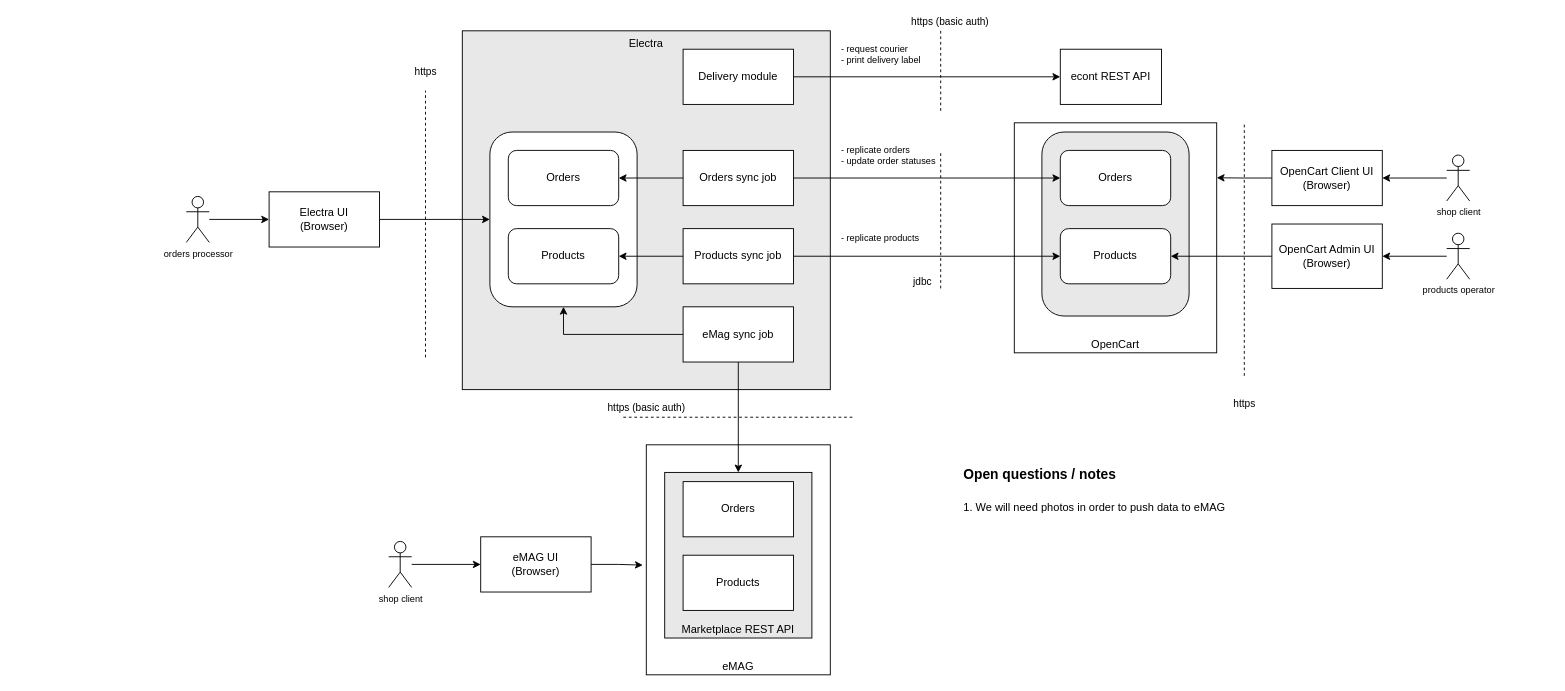
Earlier version of the draw.io diagram misc/design/electra.drawio (codbex/codbex-electra). Source tidied: cells renumbered, new cells numbered last; positions are measured from the earlier drawing's top-left corner, leaving out a move shared by most shapes. Both pictures are drawn from the tidied source at 92%, with x=0, y=0 at pixel (186, 30).
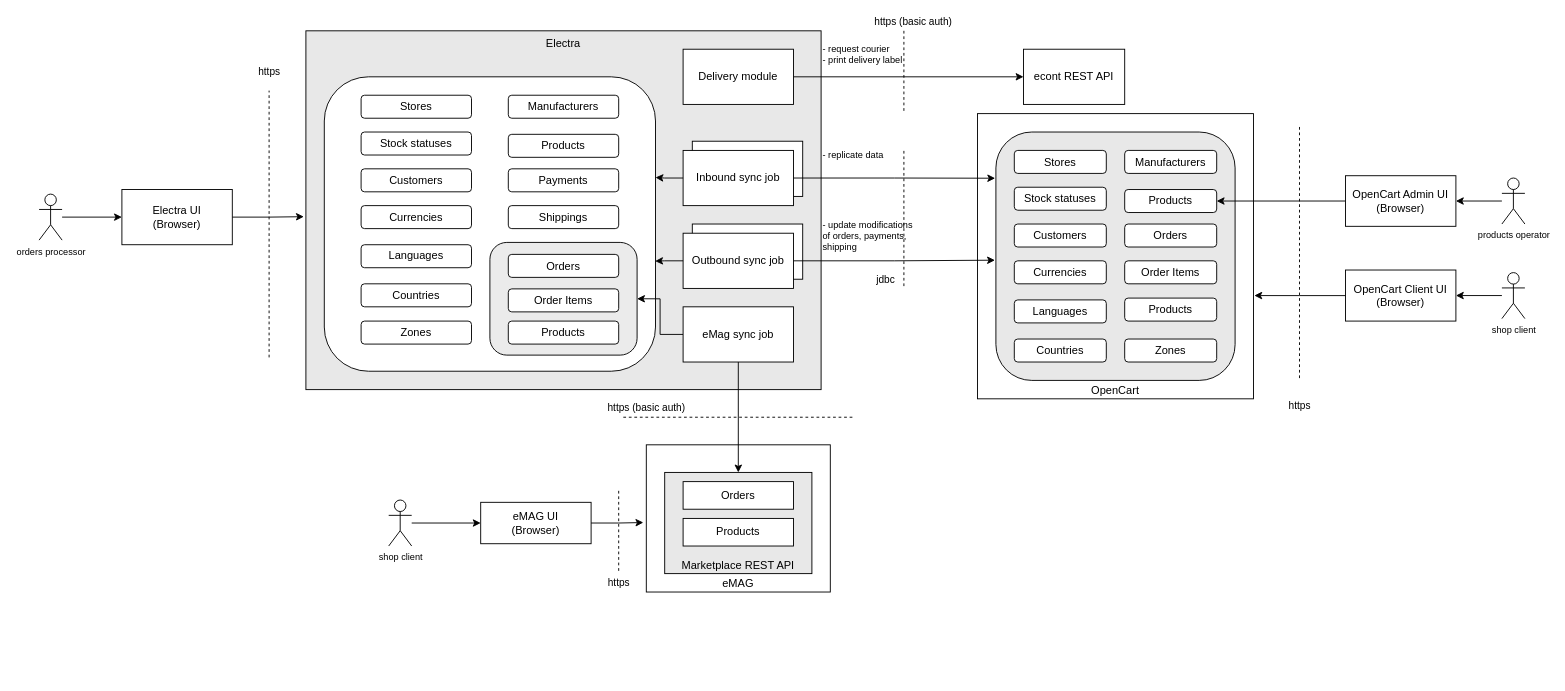
The same page after the edit.

Unchanged cells that the change refers to:
```xml
<mxCell id="27" value="eMag sync job" style="rounded=0;whiteSpace=wrap;html=1;" parent="1" vertex="1">
  <mxGeometry x="540" y="300" width="120" height="60" as="geometry" />
</mxCell>
```

Diff of the diagram source:
```diff
@@
+    <mxCell id="6" value="Electra" style="rounded=0;whiteSpace=wrap;html=1;verticalAlign=top;labelBackgroundColor=none;fillColor=#E8E8E8;strokeColor=default;gradientColor=none;" parent="1" vertex="1">
+      <mxGeometry x="130" width="560" height="390" as="geometry" />
+    </mxCell>
+    <mxCell id="51" style="rounded=1;whiteSpace=wrap;html=1;verticalAlign=top;fillColor=default;" parent="1" vertex="1">
+      <mxGeometry x="150" y="50" width="360" height="320" as="geometry" />
+    </mxCell>
+    <mxCell id="52" style="rounded=0;whiteSpace=wrap;html=1;" parent="1" vertex="1">
+      <mxGeometry x="550" y="210" width="120" height="60" as="geometry" />
+    </mxCell>
+    <mxCell id="53" style="rounded=0;whiteSpace=wrap;html=1;" parent="1" vertex="1">
+      <mxGeometry x="550" y="120" width="120" height="60" as="geometry" />
+    </mxCell>
     <mxCell id="2" value="eMAG" style="rounded=0;whiteSpace=wrap;html=1;verticalAlign=bottom;" parent="1" vertex="1">
-      <mxGeometry x="500" y="450" width="200" height="250" as="geometry" />
+      <mxGeometry x="500" y="450" width="200" height="160" as="geometry" />
     </mxCell>
     <mxCell id="3" value="Marketplace REST API" style="rounded=0;whiteSpace=wrap;html=1;verticalAlign=bottom;fillColor=#E8E8E8;" parent="1" vertex="1">
-      <mxGeometry x="520" y="480" width="160" height="180" as="geometry" />
+      <mxGeometry x="520" y="480" width="160" height="110" as="geometry" />
     </mxCell>
     <mxCell id="4" value="Orders" style="rounded=0;whiteSpace=wrap;html=1;" parent="1" vertex="1">
-      <mxGeometry x="540" y="490" width="120" height="60" as="geometry" />
+      <mxGeometry x="540" y="490" width="120" height="30" as="geometry" />
     </mxCell>
     <mxCell id="5" value="Products" style="rounded=0;whiteSpace=wrap;html=1;" parent="1" vertex="1">
-      <mxGeometry x="540" y="570" width="120" height="60" as="geometry" />
+      <mxGeometry x="540" y="530" width="120" height="30" as="geometry" />
     </mxCell>
-    <mxCell id="6" value="Electra" style="rounded=0;whiteSpace=wrap;html=1;verticalAlign=top;labelBackgroundColor=none;fillColor=#E8E8E8;strokeColor=default;gradientColor=none;" parent="1" vertex="1">
-      <mxGeometry x="300" width="400" height="390" as="geometry" />
-    </mxCell>
-    <mxCell id="7" style="rounded=1;whiteSpace=wrap;html=1;verticalAlign=top;fillColor=default;" parent="1" vertex="1">
-      <mxGeometry x="330" y="110" width="160" height="190" as="geometry" />
+    <mxCell id="7" style="rounded=1;whiteSpace=wrap;html=1;verticalAlign=top;fillColor=#EBEBEB;gradientColor=none;" parent="1" vertex="1">
+      <mxGeometry x="330" y="230" width="160" height="122.5" as="geometry" />
     </mxCell>
-    <mxCell id="8" value="Products" style="rounded=1;whiteSpace=wrap;html=1;" parent="1" vertex="1">
-      <mxGeometry x="350" y="215" width="120" height="60" as="geometry" />
-    </mxCell>
-    <mxCell id="9" value="Orders" style="rounded=1;whiteSpace=wrap;html=1;" parent="1" vertex="1">
-      <mxGeometry x="350" y="130" width="120" height="60" as="geometry" />
-    </mxCell>
     <mxCell id="10" value="OpenCart" style="rounded=0;whiteSpace=wrap;html=1;verticalAlign=bottom;" parent="1" vertex="1">
-      <mxGeometry x="900" y="100" width="220" height="250" as="geometry" />
+      <mxGeometry x="860" y="90" width="300" height="310" as="geometry" />
     </mxCell>
-    <mxCell id="11" style="rounded=1;whiteSpace=wrap;html=1;verticalAlign=bottom;fillColor=#E8E8E8;" parent="1" vertex="1">
-      <mxGeometry x="930" y="110" width="160" height="200" as="geometry" />
-    </mxCell>
-    <mxCell id="12" value="Products" style="rounded=1;whiteSpace=wrap;html=1;" parent="1" vertex="1">
-      <mxGeometry x="950" y="215" width="120" height="60" as="geometry" />
-    </mxCell>
-    <mxCell id="13" value="Orders" style="rounded=1;whiteSpace=wrap;html=1;" parent="1" vertex="1">
-      <mxGeometry x="950" y="130" width="120" height="60" as="geometry" />
-    </mxCell>
-    <mxCell id="14" value="OpenCart Client UI&lt;br&gt;(Browser)" style="rounded=0;whiteSpace=wrap;html=1;" parent="1" vertex="1">
-      <mxGeometry x="1180" y="130" width="120" height="60" as="geometry" />
-    </mxCell>
@@
     <mxCell id="16" value="products operator" style="shape=umlActor;verticalLabelPosition=bottom;verticalAlign=top;html=1;outlineConnect=0;fontSize=10;" parent="1" vertex="1">
-      <mxGeometry x="1370" y="220" width="25" height="50" as="geometry" />
+      <mxGeometry x="1430" y="160" width="25" height="50" as="geometry" />
     </mxCell>
-    <mxCell id="17" style="edgeStyle=orthogonalEdgeStyle;rounded=0;jettySize=auto;html=1;entryX=1;entryY=0.5;entryDx=0;entryDy=0;" parent="1" edge="1" source="18" target="12">
-      <mxGeometry relative="1" as="geometry" />
-    </mxCell>
-    <mxCell id="18" value="OpenCart Admin UI&lt;br&gt;(Browser)" style="rounded=0;whiteSpace=wrap;html=1;" parent="1" vertex="1">
-      <mxGeometry x="1180" y="210" width="120" height="70" as="geometry" />
-    </mxCell>
-    <mxCell id="19" style="edgeStyle=orthogonalEdgeStyle;rounded=0;jettySize=auto;html=1;entryX=1;entryY=0.5;entryDx=0;entryDy=0;" parent="1" edge="1" source="21" target="8">
-      <mxGeometry relative="1" as="geometry" />
-    </mxCell>
-    <mxCell id="20" style="edgeStyle=orthogonalEdgeStyle;rounded=0;jettySize=auto;html=1;entryX=0;entryY=0.5;entryDx=0;entryDy=0;" parent="1" edge="1" source="21" target="12">
+    <mxCell id="20" style="edgeStyle=orthogonalEdgeStyle;rounded=0;jettySize=auto;html=1;entryX=-0.004;entryY=0.516;entryDx=0;entryDy=0;entryPerimeter=0;" parent="1" edge="1" source="21" target="71">
       <mxGeometry relative="1" as="geometry" />
     </mxCell>
-    <mxCell id="21" value="Products sync job" style="rounded=0;whiteSpace=wrap;html=1;" parent="1" vertex="1">
-      <mxGeometry x="540" y="215" width="120" height="60" as="geometry" />
+    <mxCell id="21" value="Outbound sync job" style="rounded=0;whiteSpace=wrap;html=1;" parent="1" vertex="1">
+      <mxGeometry x="540" y="220" width="120" height="60" as="geometry" />
     </mxCell>
-    <mxCell id="22" style="edgeStyle=orthogonalEdgeStyle;rounded=0;jettySize=auto;html=1;entryX=0;entryY=0.5;entryDx=0;entryDy=0;" parent="1" edge="1" source="24" target="13">
+    <mxCell id="22" style="edgeStyle=orthogonalEdgeStyle;rounded=0;jettySize=auto;html=1;entryX=-0.003;entryY=0.186;entryDx=0;entryDy=0;entryPerimeter=0;" parent="1" edge="1" source="24" target="71">
       <mxGeometry x="0.09" y="20" relative="1" as="geometry" />
     </mxCell>
-    <mxCell id="23" style="edgeStyle=orthogonalEdgeStyle;rounded=0;jettySize=auto;html=1;entryX=1;entryY=0.5;entryDx=0;entryDy=0;" parent="1" edge="1" source="24" target="9">
-      <mxGeometry relative="1" as="geometry" />
-    </mxCell>
-    <mxCell id="24" value="Orders sync job" style="rounded=0;whiteSpace=wrap;html=1;" parent="1" vertex="1">
+    <mxCell id="24" value="Inbound sync job" style="rounded=0;whiteSpace=wrap;html=1;" parent="1" vertex="1">
       <mxGeometry x="540" y="130" width="120" height="60" as="geometry" />
     </mxCell>
@@
-    <mxCell id="26" style="edgeStyle=orthogonalEdgeStyle;rounded=0;jettySize=auto;html=1;entryX=0.5;entryY=1;entryDx=0;entryDy=0;" parent="1" edge="1" source="27" target="7">
+    <mxCell id="26" style="edgeStyle=orthogonalEdgeStyle;rounded=0;jettySize=auto;html=1;entryX=1;entryY=0.5;entryDx=0;entryDy=0;" parent="1" edge="1" source="27" target="7">
       <mxGeometry relative="1" as="geometry" />
     </mxCell>
@@
-    <mxCell id="28" style="edgeStyle=orthogonalEdgeStyle;rounded=0;jettySize=auto;html=1;entryX=0;entryY=0.5;entryDx=0;entryDy=0;" parent="1" edge="1" source="29" target="7">
-      <mxGeometry relative="1" as="geometry" />
-    </mxCell>
     <mxCell id="29" value="Electra UI&lt;br&gt;(Browser)" style="rounded=0;whiteSpace=wrap;html=1;" parent="1" vertex="1">
-      <mxGeometry x="90" y="175" width="120" height="60" as="geometry" />
+      <mxGeometry x="-70" y="172.5" width="120" height="60" as="geometry" />
     </mxCell>
     <mxCell id="30" value="https" style="endArrow=none;dashed=1;html=1;rounded=0;verticalAlign=middle;" parent="1" edge="1">
       <mxGeometry x="1" y="20" relative="1" as="geometry">
-        <mxPoint x="260" y="355" as="sourcePoint" />
-        <mxPoint x="260" y="65" as="targetPoint" />
+        <mxPoint x="90" y="355" as="sourcePoint" />
+        <mxPoint x="90" y="65" as="targetPoint" />
         <mxPoint x="20" y="-20" as="offset" />
       </mxGeometry>
     </mxCell>
     <mxCell id="31" value="https" style="endArrow=none;dashed=1;html=1;rounded=0;verticalAlign=middle;" parent="1" edge="1">
       <mxGeometry x="-1" y="-30" relative="1" as="geometry">
-        <mxPoint x="1150" y="375" as="sourcePoint" />
-        <mxPoint x="1150" y="100" as="targetPoint" />
+        <mxPoint x="1210" y="377.5" as="sourcePoint" />
+        <mxPoint x="1210" y="102.5" as="targetPoint" />
         <mxPoint x="-30" y="30" as="offset" />
       </mxGeometry>
     </mxCell>
     <mxCell id="32" value="jdbc" style="endArrow=none;dashed=1;html=1;rounded=0;verticalAlign=middle;" parent="1" edge="1">
       <mxGeometry x="-0.91" y="20" relative="1" as="geometry">
-        <mxPoint x="820" y="280" as="sourcePoint" />
-        <mxPoint x="820" y="130" as="targetPoint" />
+        <mxPoint x="780" y="277.5" as="sourcePoint" />
+        <mxPoint x="780" y="127.5" as="targetPoint" />
       </mxGeometry>
     </mxCell>
@@
-    <mxCell id="34" value="&lt;h1&gt;&lt;font style=&quot;font-size: 15px;&quot;&gt;Open questions / notes&lt;/font&gt;&lt;/h1&gt;&lt;p&gt;1. We will need photos in order to push data to eMAG&lt;/p&gt;&lt;p&gt;&lt;br&gt;&lt;/p&gt;" style="text;html=1;strokeColor=none;fillColor=none;spacing=5;spacingTop=-20;whiteSpace=wrap;overflow=hidden;rounded=0;" parent="1" vertex="1">
-      <mxGeometry x="840" y="460" width="320" height="120" as="geometry" />
-    </mxCell>
-    <mxCell id="35" value="- replicate orders&lt;br style=&quot;font-size: 10px;&quot;&gt;&lt;div style=&quot;font-size: 10px;&quot;&gt;&lt;span style=&quot;background-color: initial; font-size: 10px;&quot;&gt;- update order statuses&lt;/span&gt;&lt;/div&gt;" style="text;html=1;strokeColor=none;fillColor=none;align=left;verticalAlign=middle;whiteSpace=wrap;rounded=0;fontSize=10;" parent="1" vertex="1">
-      <mxGeometry x="710" y="120" width="130" height="30" as="geometry" />
+    <mxCell id="35" value="- replicate data" style="text;html=1;strokeColor=none;fillColor=none;align=left;verticalAlign=middle;whiteSpace=wrap;rounded=0;fontSize=10;" parent="1" vertex="1">
+      <mxGeometry x="690" y="120" width="130" height="30" as="geometry" />
     </mxCell>
-    <mxCell id="36" value="- replicate products" style="text;html=1;strokeColor=none;fillColor=none;align=left;verticalAlign=middle;whiteSpace=wrap;rounded=0;fontSize=10;" parent="1" vertex="1">
-      <mxGeometry x="710" y="210" width="100" height="30" as="geometry" />
+    <mxCell id="36" value="- update modifications of orders, payments, shipping" style="text;html=1;strokeColor=none;fillColor=none;align=left;verticalAlign=middle;whiteSpace=wrap;rounded=0;fontSize=10;" parent="1" vertex="1">
+      <mxGeometry x="690" y="187.5" width="110" height="70" as="geometry" />
     </mxCell>
     <mxCell id="37" value="eMAG UI&lt;br&gt;(Browser)" style="rounded=0;whiteSpace=wrap;html=1;" parent="1" vertex="1">
-      <mxGeometry x="320" y="550" width="120" height="60" as="geometry" />
+      <mxGeometry x="320" y="512.5" width="120" height="45" as="geometry" />
     </mxCell>
-    <mxCell id="38" style="edgeStyle=orthogonalEdgeStyle;rounded=0;jettySize=auto;html=1;entryX=-0.019;entryY=0.523;entryDx=0;entryDy=0;entryPerimeter=0;" parent="1" edge="1" source="37" target="2">
-      <mxGeometry relative="1" as="geometry" />
-    </mxCell>
     <mxCell id="39" value="econt REST API" style="rounded=0;whiteSpace=wrap;html=1;" parent="1" vertex="1">
-      <mxGeometry x="950" y="20" width="110" height="60" as="geometry" />
+      <mxGeometry x="910" y="20" width="110" height="60" as="geometry" />
     </mxCell>
@@
     <mxCell id="41" value="https (basic auth)" style="endArrow=none;dashed=1;html=1;rounded=0;verticalAlign=middle;" parent="1" edge="1">
       <mxGeometry x="-1" y="14" relative="1" as="geometry">
-        <mxPoint x="820" as="sourcePoint" />
-        <mxPoint x="820" y="90" as="targetPoint" />
+        <mxPoint x="780" as="sourcePoint" />
+        <mxPoint x="780" y="90" as="targetPoint" />
         <mxPoint x="-4" y="-10" as="offset" />
       </mxGeometry>
     </mxCell>
-    <mxCell id="42" style="edgeStyle=orthogonalEdgeStyle;rounded=0;jettySize=auto;html=1;entryX=1;entryY=0.239;entryDx=0;entryDy=0;entryPerimeter=0;" parent="1" edge="1" source="14" target="10">
-      <mxGeometry relative="1" as="geometry" />
-    </mxCell>
@@
     <mxCell id="44" value="- request courier&lt;br&gt;- print delivery label" style="text;html=1;strokeColor=none;fillColor=none;align=left;verticalAlign=middle;whiteSpace=wrap;rounded=0;fontSize=10;" parent="1" vertex="1">
-      <mxGeometry x="710" y="10" width="130" height="30" as="geometry" />
+      <mxGeometry x="690" y="10" width="130" height="30" as="geometry" />
     </mxCell>
-    <mxCell id="45" style="edgeStyle=orthogonalEdgeStyle;rounded=0;jettySize=auto;html=1;entryX=1;entryY=0.5;entryDx=0;entryDy=0;" parent="1" edge="1" source="46" target="14">
-      <mxGeometry relative="1" as="geometry" />
-    </mxCell>
-    <mxCell id="46" value="shop client" style="shape=umlActor;verticalLabelPosition=bottom;verticalAlign=top;html=1;outlineConnect=0;fontSize=10;" parent="1" vertex="1">
-      <mxGeometry x="1370" y="135" width="25" height="50" as="geometry" />
-    </mxCell>
@@
     <mxCell id="48" value="shop client" style="shape=umlActor;verticalLabelPosition=bottom;verticalAlign=top;html=1;outlineConnect=0;fontSize=10;" parent="1" vertex="1">
-      <mxGeometry x="220" y="555" width="25" height="50" as="geometry" />
+      <mxGeometry x="220" y="510" width="25" height="50" as="geometry" />
     </mxCell>
@@
     <mxCell id="50" value="orders processor" style="shape=umlActor;verticalLabelPosition=bottom;verticalAlign=top;html=1;outlineConnect=0;fontSize=10;" parent="1" vertex="1">
-      <mxGeometry y="180" width="25" height="50" as="geometry" />
+      <mxGeometry x="-160" y="177.5" width="25" height="50" as="geometry" />
     </mxCell>
+    <mxCell id="54" value="Products" style="rounded=1;whiteSpace=wrap;html=1;" parent="1" vertex="1">
+      <mxGeometry x="350" y="112.5" width="120" height="25" as="geometry" />
+    </mxCell>
+    <mxCell id="55" value="Manufacturers" style="rounded=1;whiteSpace=wrap;html=1;" parent="1" vertex="1">
+      <mxGeometry x="350" y="70" width="120" height="25" as="geometry" />
+    </mxCell>
+    <mxCell id="56" value="Payments" style="rounded=1;whiteSpace=wrap;html=1;" parent="1" vertex="1">
+      <mxGeometry x="350" y="150" width="120" height="25" as="geometry" />
+    </mxCell>
+    <mxCell id="57" value="Shippings" style="rounded=1;whiteSpace=wrap;html=1;" parent="1" vertex="1">
+      <mxGeometry x="350" y="190" width="120" height="25" as="geometry" />
+    </mxCell>
+    <mxCell id="58" value="Customers" style="rounded=1;whiteSpace=wrap;html=1;" parent="1" vertex="1">
+      <mxGeometry x="190" y="150" width="120" height="25" as="geometry" />
+    </mxCell>
+    <mxCell id="59" value="Currencies" style="rounded=1;whiteSpace=wrap;html=1;" parent="1" vertex="1">
+      <mxGeometry x="190" y="190" width="120" height="25" as="geometry" />
+    </mxCell>
+    <mxCell id="60" value="Languages" style="rounded=1;whiteSpace=wrap;html=1;" parent="1" vertex="1">
+      <mxGeometry x="190" y="232.5" width="120" height="25" as="geometry" />
+    </mxCell>
+    <mxCell id="61" value="Countries" style="rounded=1;whiteSpace=wrap;html=1;" parent="1" vertex="1">
+      <mxGeometry x="190" y="275" width="120" height="25" as="geometry" />
+    </mxCell>
+    <mxCell id="62" value="Stock statuses" style="rounded=1;whiteSpace=wrap;html=1;" parent="1" vertex="1">
+      <mxGeometry x="190" y="110" width="120" height="25" as="geometry" />
+    </mxCell>
+    <mxCell id="63" value="Stores" style="rounded=1;whiteSpace=wrap;html=1;" parent="1" vertex="1">
+      <mxGeometry x="190" y="70" width="120" height="25" as="geometry" />
+    </mxCell>
+    <mxCell id="64" value="Zones" style="rounded=1;whiteSpace=wrap;html=1;" parent="1" vertex="1">
+      <mxGeometry x="190" y="315.5" width="120" height="25" as="geometry" />
+    </mxCell>
+    <mxCell id="65" value="Orders" style="rounded=1;whiteSpace=wrap;html=1;" parent="1" vertex="1">
+      <mxGeometry x="350" y="243" width="120" height="25" as="geometry" />
+    </mxCell>
+    <mxCell id="66" value="Products" style="rounded=1;whiteSpace=wrap;html=1;" parent="1" vertex="1">
+      <mxGeometry x="350" y="315.5" width="120" height="25" as="geometry" />
+    </mxCell>
+    <mxCell id="67" value="Order Items" style="rounded=1;whiteSpace=wrap;html=1;" parent="1" vertex="1">
+      <mxGeometry x="350" y="280.5" width="120" height="25" as="geometry" />
+    </mxCell>
+    <mxCell id="68" style="edgeStyle=orthogonalEdgeStyle;rounded=0;jettySize=auto;html=1;entryX=0.999;entryY=0.626;entryDx=0;entryDy=0;entryPerimeter=0;" parent="1" edge="1" source="21" target="51">
+      <mxGeometry relative="1" as="geometry" />
+    </mxCell>
+    <mxCell id="69" style="edgeStyle=orthogonalEdgeStyle;rounded=0;jettySize=auto;html=1;entryX=-0.004;entryY=0.518;entryDx=0;entryDy=0;entryPerimeter=0;" parent="1" edge="1" source="29" target="6">
+      <mxGeometry relative="1" as="geometry" />
+    </mxCell>
+    <mxCell id="70" style="edgeStyle=orthogonalEdgeStyle;rounded=0;jettySize=auto;html=1;entryX=1;entryY=0.342;entryDx=0;entryDy=0;entryPerimeter=0;" parent="1" edge="1" source="24" target="51">
+      <mxGeometry relative="1" as="geometry" />
+    </mxCell>
+    <mxCell id="71" style="rounded=1;whiteSpace=wrap;html=1;verticalAlign=top;fillColor=#E8E8E8;" parent="1" vertex="1">
+      <mxGeometry x="880" y="110" width="260" height="270" as="geometry" />
+    </mxCell>
+    <mxCell id="72" value="Products" style="rounded=1;whiteSpace=wrap;html=1;" parent="1" vertex="1">
+      <mxGeometry x="1020" y="172.5" width="100" height="25" as="geometry" />
+    </mxCell>
+    <mxCell id="73" value="Manufacturers" style="rounded=1;whiteSpace=wrap;html=1;" parent="1" vertex="1">
+      <mxGeometry x="1020" y="130" width="100" height="25" as="geometry" />
+    </mxCell>
+    <mxCell id="74" value="Customers" style="rounded=1;whiteSpace=wrap;html=1;" parent="1" vertex="1">
+      <mxGeometry x="900" y="210" width="100" height="25" as="geometry" />
+    </mxCell>
+    <mxCell id="75" value="Currencies" style="rounded=1;whiteSpace=wrap;html=1;" parent="1" vertex="1">
+      <mxGeometry x="900" y="250" width="100" height="25" as="geometry" />
+    </mxCell>
+    <mxCell id="76" value="Languages" style="rounded=1;whiteSpace=wrap;html=1;" parent="1" vertex="1">
+      <mxGeometry x="900" y="292.5" width="100" height="25" as="geometry" />
+    </mxCell>
+    <mxCell id="77" value="Countries" style="rounded=1;whiteSpace=wrap;html=1;" parent="1" vertex="1">
+      <mxGeometry x="900" y="335" width="100" height="25" as="geometry" />
+    </mxCell>
+    <mxCell id="78" value="Stock statuses" style="rounded=1;whiteSpace=wrap;html=1;" parent="1" vertex="1">
+      <mxGeometry x="900" y="170" width="100" height="25" as="geometry" />
+    </mxCell>
+    <mxCell id="79" value="Stores" style="rounded=1;whiteSpace=wrap;html=1;" parent="1" vertex="1">
+      <mxGeometry x="900" y="130" width="100" height="25" as="geometry" />
+    </mxCell>
+    <mxCell id="80" value="Zones" style="rounded=1;whiteSpace=wrap;html=1;" parent="1" vertex="1">
+      <mxGeometry x="1020" y="335" width="100" height="25" as="geometry" />
+    </mxCell>
+    <mxCell id="81" value="Orders" style="rounded=1;whiteSpace=wrap;html=1;" parent="1" vertex="1">
+      <mxGeometry x="1020" y="210" width="100" height="25" as="geometry" />
+    </mxCell>
+    <mxCell id="82" value="Products" style="rounded=1;whiteSpace=wrap;html=1;" parent="1" vertex="1">
+      <mxGeometry x="1020" y="290.5" width="100" height="25" as="geometry" />
+    </mxCell>
+    <mxCell id="83" value="Order Items" style="rounded=1;whiteSpace=wrap;html=1;" parent="1" vertex="1">
+      <mxGeometry x="1020" y="250" width="100" height="25" as="geometry" />
+    </mxCell>
+    <mxCell id="45" style="edgeStyle=orthogonalEdgeStyle;rounded=0;jettySize=auto;html=1;entryX=1;entryY=0.5;entryDx=0;entryDy=0;" parent="1" edge="1" source="46" target="14">
+      <mxGeometry relative="1" as="geometry" />
+    </mxCell>
+    <mxCell id="46" value="shop client" style="shape=umlActor;verticalLabelPosition=bottom;verticalAlign=top;html=1;outlineConnect=0;fontSize=10;" parent="1" vertex="1">
+      <mxGeometry x="1430" y="262.8" width="25" height="50" as="geometry" />
+    </mxCell>
+    <mxCell id="38" style="edgeStyle=orthogonalEdgeStyle;rounded=0;jettySize=auto;html=1;entryX=-0.016;entryY=0.528;entryDx=0;entryDy=0;entryPerimeter=0;" parent="1" edge="1" source="37" target="2">
+      <mxGeometry relative="1" as="geometry" />
+    </mxCell>
+    <mxCell id="84" value="https" style="endArrow=none;dashed=1;html=1;rounded=0;verticalAlign=middle;" parent="1" edge="1">
+      <mxGeometry x="1" y="10" relative="1" as="geometry">
+        <mxPoint x="470" y="500" as="sourcePoint" />
+        <mxPoint x="470" y="590" as="targetPoint" />
+        <mxPoint x="-10" y="10" as="offset" />
+      </mxGeometry>
+    </mxCell>
+    <mxCell id="85" style="edgeStyle=orthogonalEdgeStyle;rounded=0;jettySize=auto;html=1;entryX=1;entryY=0.5;entryDx=0;entryDy=0;" parent="1" edge="1" source="18" target="72">
+      <mxGeometry relative="1" as="geometry" />
+    </mxCell>
+    <mxCell id="18" value="OpenCart Admin UI&lt;br style=&quot;border-color: var(--border-color);&quot;&gt;(Browser)" style="rounded=0;whiteSpace=wrap;html=1;" parent="1" vertex="1">
+      <mxGeometry x="1260" y="157.5" width="120" height="55" as="geometry" />
+    </mxCell>
+    <mxCell id="14" value="OpenCart Client UI&lt;br style=&quot;border-color: var(--border-color);&quot;&gt;(Browser)" style="rounded=0;whiteSpace=wrap;html=1;" parent="1" vertex="1">
+      <mxGeometry x="1260" y="260" width="120" height="55.5" as="geometry" />
+    </mxCell>
+    <mxCell id="42" style="edgeStyle=orthogonalEdgeStyle;rounded=0;jettySize=auto;html=1;entryX=1.003;entryY=0.638;entryDx=0;entryDy=0;entryPerimeter=0;" parent="1" edge="1" source="14" target="10">
+      <mxGeometry relative="1" as="geometry" />
+    </mxCell>
```
